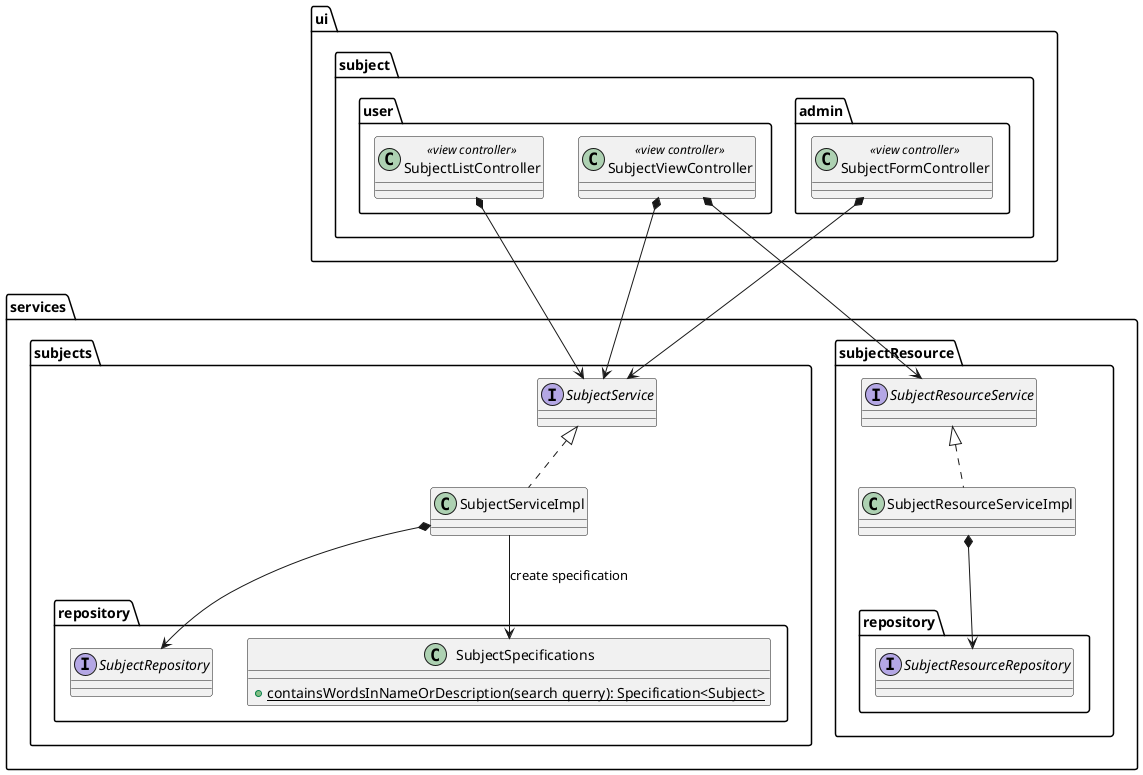
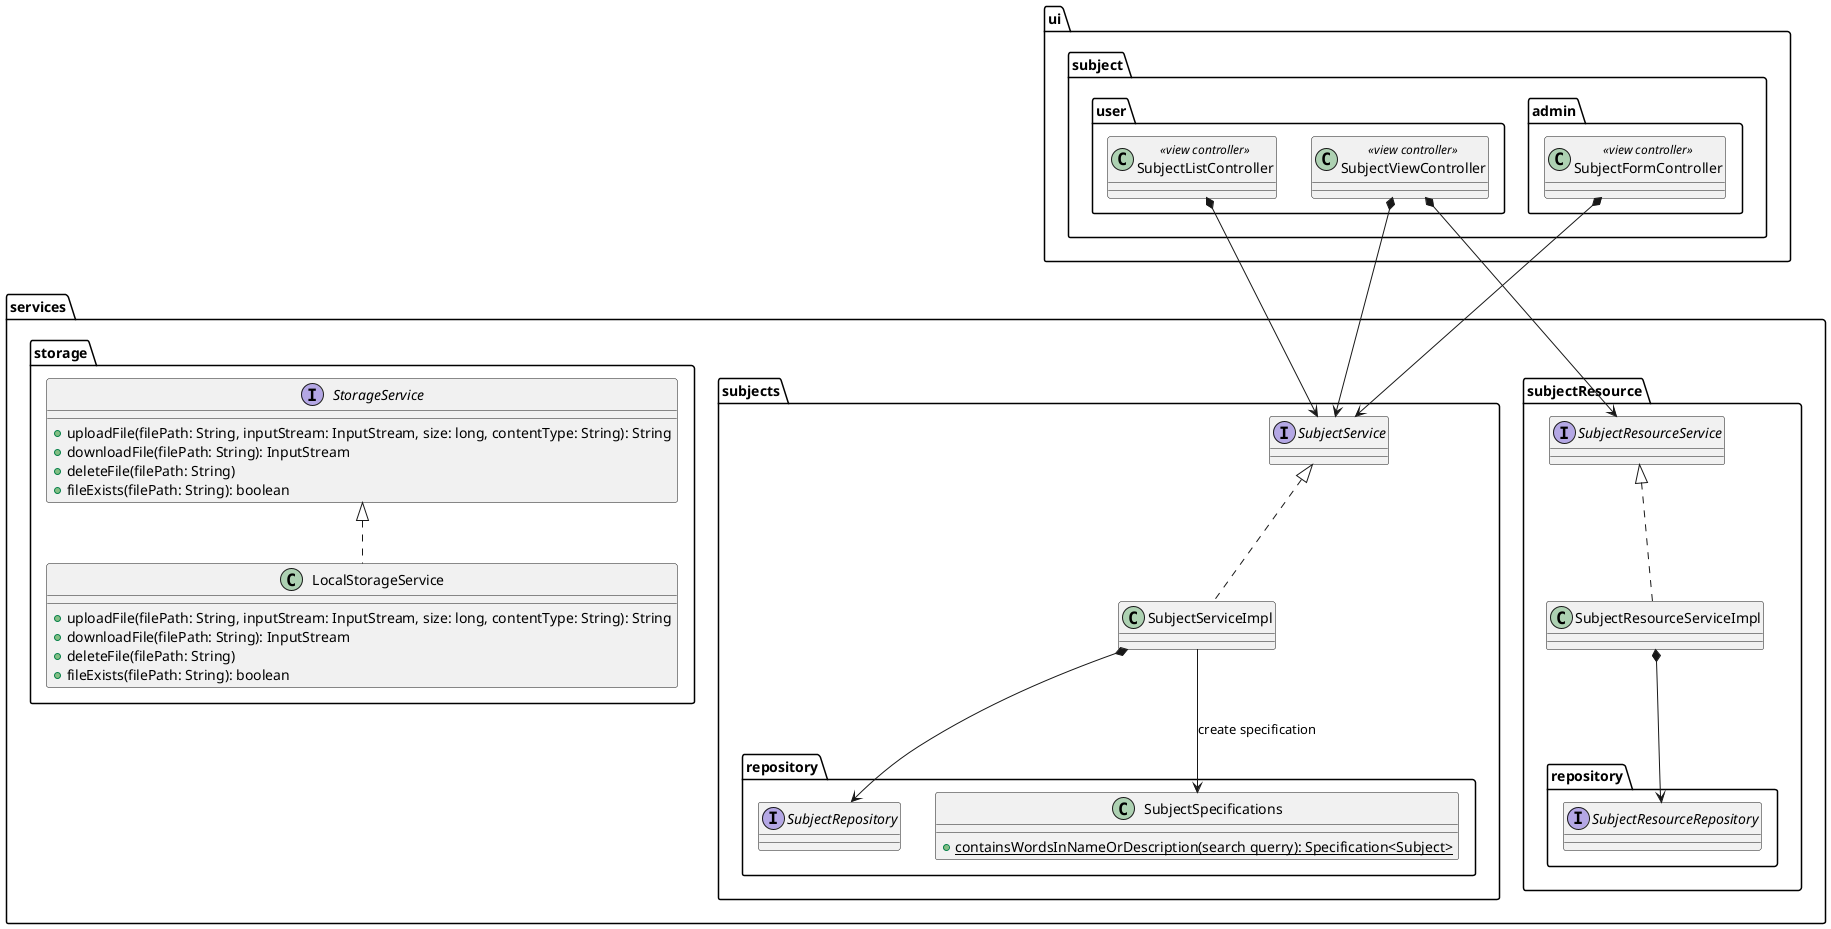
@startuml
package ui {
    package subject {
        package user {
            class SubjectListController <<view controller>>
            class SubjectViewController <<view controller>>
        }

        package admin {
            class SubjectFormController <<view controller>>
        }
+ 
    }
}

package services {
    package subjects {
        interface SubjectService
        class SubjectServiceImpl

        package repository {
            interface SubjectRepository
            class SubjectSpecifications {
                + {static} containsWordsInNameOrDescription(search querry): Specification<Subject>
            }
        }

        SubjectService <|.. SubjectServiceImpl
        SubjectServiceImpl *--> SubjectRepository
        SubjectServiceImpl --> SubjectSpecifications: create specification
    }
    package subjectResource {
        interface SubjectResourceService
        class SubjectResourceServiceImpl

        package repository {
            interface SubjectResourceRepository
        }
        SubjectResourceService <|.. SubjectResourceServiceImpl
        SubjectResourceServiceImpl *--> SubjectResourceRepository
    }
+ 
+     package storage {
+         interface StorageService {
+             + uploadFile(filePath: String, inputStream: InputStream, size: long, contentType: String): String
+             + downloadFile(filePath: String): InputStream
+             + deleteFile(filePath: String)
+             + fileExists(filePath: String): boolean
+         }
+ 
+         class LocalStorageService {
+             + uploadFile(filePath: String, inputStream: InputStream, size: long, contentType: String): String
+             + downloadFile(filePath: String): InputStream
+             + deleteFile(filePath: String)
+             + fileExists(filePath: String): boolean
+         }
+         StorageService <|.. LocalStorageService
+     }
}

SubjectListController *--> SubjectService
SubjectViewController *--> SubjectService
SubjectViewController *--> SubjectResourceService
SubjectFormController *--> SubjectService
@enduml